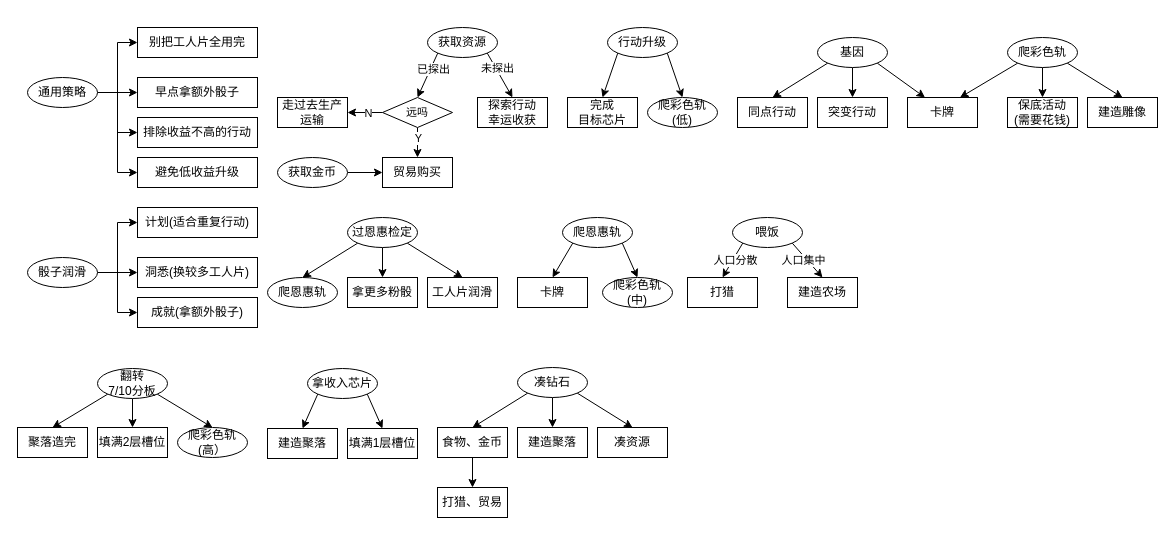
Above: civolution_game_guid.drawio in Ubinya/project_ax (draw.io), before the change. Source tidied: cells renumbered, new cells numbered last; positions are measured from the earlier drawing's top-left corner, leaving out a move shared by most shapes. Both pictures are drawn from the tidied source at 100%, with x=0, y=0 at pixel (17, 27).
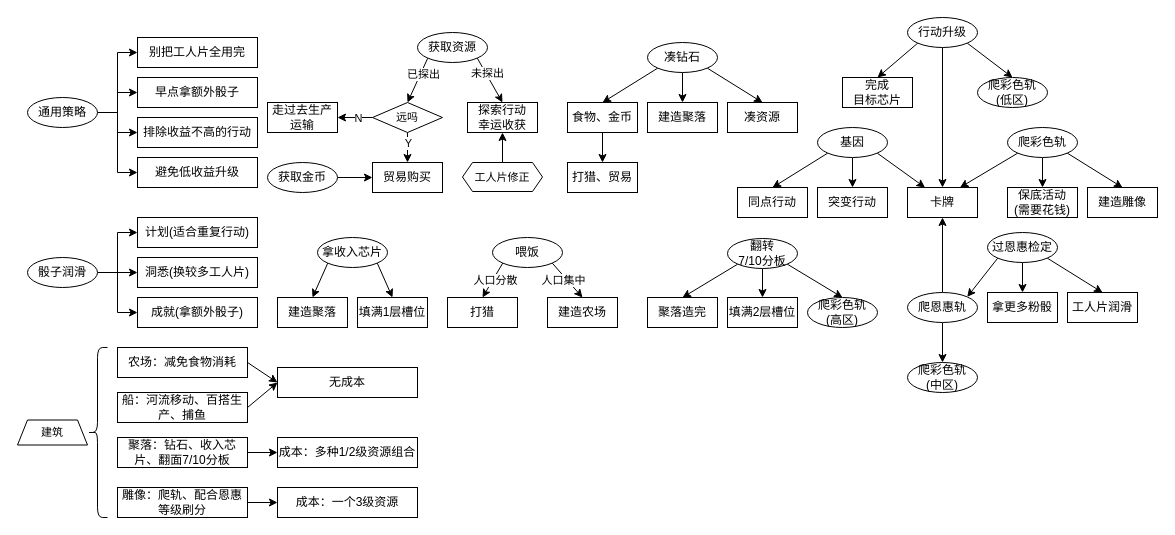
The same diagram, later.

What changed in the source:
```diff
@@
     <mxCell id="6" value="走过去生产运输" style="whiteSpace=wrap;html=1;" parent="1" vertex="1">
-      <mxGeometry x="260" y="70" width="70" height="30" as="geometry" />
+      <mxGeometry x="250" y="75" width="70" height="30" as="geometry" />
     </mxCell>
     <mxCell id="7" value="喂饭" style="ellipse;whiteSpace=wrap;html=1;" parent="1" vertex="1">
-      <mxGeometry x="715" y="190" width="70" height="30" as="geometry" />
+      <mxGeometry x="475" y="210" width="70" height="30" as="geometry" />
     </mxCell>
@@
     <mxCell id="12" value="获取资源" style="ellipse;whiteSpace=wrap;html=1;" parent="1" vertex="1">
-      <mxGeometry x="410" width="70" height="30" as="geometry" />
+      <mxGeometry x="400" y="5" width="70" height="30" as="geometry" />
     </mxCell>
     <mxCell id="13" value="&lt;div&gt;探索行动&lt;/div&gt;幸运收获" style="whiteSpace=wrap;html=1;" parent="1" vertex="1">
-      <mxGeometry x="460" y="70" width="70" height="30" as="geometry" />
+      <mxGeometry x="450" y="75" width="70" height="30" as="geometry" />
     </mxCell>
@@
     <mxCell id="18" value="远吗" style="rhombus;whiteSpace=wrap;html=1;fontFamily=Helvetica;fontSize=11;fontColor=default;labelBackgroundColor=default;" parent="1" vertex="1">
-      <mxGeometry x="365" y="70" width="70" height="30" as="geometry" />
+      <mxGeometry x="355" y="75" width="70" height="30" as="geometry" />
     </mxCell>
     <mxCell id="19" value="贸易购买" style="whiteSpace=wrap;html=1;" parent="1" vertex="1">
-      <mxGeometry x="365" y="130" width="70" height="30" as="geometry" />
+      <mxGeometry x="355" y="135" width="70" height="30" as="geometry" />
     </mxCell>
@@
     <mxCell id="25" value="通用策略" style="ellipse;whiteSpace=wrap;html=1;" parent="1" vertex="1">
-      <mxGeometry x="10" y="50" width="70" height="30" as="geometry" />
+      <mxGeometry x="10" y="70" width="70" height="30" as="geometry" />
     </mxCell>
     <mxCell id="26" value="别把工人片全用完" style="whiteSpace=wrap;html=1;" parent="1" vertex="1">
-      <mxGeometry x="120" width="120" height="30" as="geometry" />
+      <mxGeometry x="120" y="10" width="120" height="30" as="geometry" />
     </mxCell>
@@
     <mxCell id="34" value="计划(适合重复行动)" style="whiteSpace=wrap;html=1;" parent="1" vertex="1">
-      <mxGeometry x="120" y="180" width="120" height="30" as="geometry" />
+      <mxGeometry x="120" y="190" width="120" height="30" as="geometry" />
     </mxCell>
@@
+    <mxCell id="93" style="edgeStyle=none;shape=connector;rounded=0;jettySize=auto;html=1;exitX=0.5;exitY=1;exitDx=0;exitDy=0;entryX=0.5;entryY=0;entryDx=0;entryDy=0;strokeColor=default;align=center;verticalAlign=middle;fontFamily=Helvetica;fontSize=11;fontColor=default;labelBackgroundColor=default;endArrow=classic;" parent="1" edge="1" source="39" target="68">
+      <mxGeometry relative="1" as="geometry" />
+    </mxCell>
     <mxCell id="39" value="行动升级" style="ellipse;whiteSpace=wrap;html=1;" parent="1" vertex="1">
-      <mxGeometry x="590" width="70" height="30" as="geometry" />
+      <mxGeometry x="890" y="-10" width="70" height="30" as="geometry" />
     </mxCell>
     <mxCell id="40" value="完成&lt;div&gt;目标芯片&lt;/div&gt;" style="whiteSpace=wrap;html=1;" parent="1" vertex="1">
-      <mxGeometry x="550" y="70" width="70" height="30" as="geometry" />
+      <mxGeometry x="825" y="50" width="70" height="30" as="geometry" />
     </mxCell>
@@
     <mxCell id="44" value="建造雕像" style="whiteSpace=wrap;html=1;" parent="1" vertex="1">
-      <mxGeometry x="1070" y="70" width="70" height="30" as="geometry" />
+      <mxGeometry x="1070" y="160" width="70" height="30" as="geometry" />
     </mxCell>
     <mxCell id="45" value="保底活动&lt;div&gt;(需要花钱)&lt;/div&gt;" style="whiteSpace=wrap;html=1;" parent="1" vertex="1">
-      <mxGeometry x="990" y="70" width="70" height="30" as="geometry" />
+      <mxGeometry x="990" y="160" width="70" height="30" as="geometry" />
     </mxCell>
     <mxCell id="46" value="爬彩色轨" style="ellipse;whiteSpace=wrap;html=1;" parent="1" vertex="1">
-      <mxGeometry x="990" y="10" width="70" height="30" as="geometry" />
+      <mxGeometry x="990" y="100" width="70" height="30" as="geometry" />
     </mxCell>
-    <mxCell id="47" value="爬彩色轨&lt;div&gt;(低)&lt;/div&gt;" style="ellipse;whiteSpace=wrap;html=1;" parent="1" vertex="1">
-      <mxGeometry x="630" y="70" width="70" height="30" as="geometry" />
+    <mxCell id="47" value="爬彩色轨&lt;div&gt;(低&lt;span style=&quot;background-color: transparent;&quot;&gt;区&lt;/span&gt;&lt;span style=&quot;background-color: transparent;&quot;&gt;)&lt;/span&gt;&lt;/div&gt;" style="ellipse;whiteSpace=wrap;html=1;" parent="1" vertex="1">
+      <mxGeometry x="960" y="50" width="70" height="30" as="geometry" />
     </mxCell>
@@
     <mxCell id="51" value="凑钻石" style="ellipse;whiteSpace=wrap;html=1;" parent="1" vertex="1">
-      <mxGeometry x="500" y="340" width="70" height="30" as="geometry" />
+      <mxGeometry x="630" y="15" width="70" height="30" as="geometry" />
     </mxCell>
@@
     <mxCell id="53" value="食物、金币" style="whiteSpace=wrap;html=1;" parent="1" vertex="1">
-      <mxGeometry x="420" y="400" width="70" height="30" as="geometry" />
+      <mxGeometry x="550" y="75" width="70" height="30" as="geometry" />
     </mxCell>
     <mxCell id="54" value="建造聚落" style="whiteSpace=wrap;html=1;" parent="1" vertex="1">
-      <mxGeometry x="500" y="400" width="70" height="30" as="geometry" />
+      <mxGeometry x="630" y="75" width="70" height="30" as="geometry" />
     </mxCell>
     <mxCell id="55" value="建造农场" style="whiteSpace=wrap;html=1;" parent="1" vertex="1">
-      <mxGeometry x="770" y="250" width="70" height="30" as="geometry" />
+      <mxGeometry x="530" y="270" width="70" height="30" as="geometry" />
     </mxCell>
     <mxCell id="56" value="凑资源" style="whiteSpace=wrap;html=1;" parent="1" vertex="1">
-      <mxGeometry x="580" y="400" width="70" height="30" as="geometry" />
+      <mxGeometry x="710" y="75" width="70" height="30" as="geometry" />
     </mxCell>
-    <mxCell id="57" style="edgeStyle=none;shape=connector;rounded=0;jettySize=auto;html=1;exitX=0;exitY=1;exitDx=0;exitDy=0;entryX=0.5;entryY=0;entryDx=0;entryDy=0;strokeColor=default;align=center;verticalAlign=middle;fontFamily=Helvetica;fontSize=11;fontColor=default;labelBackgroundColor=default;endArrow=classic;" parent="1" edge="1" source="59" target="60">
-      <mxGeometry relative="1" as="geometry" />
-    </mxCell>
-    <mxCell id="58" style="edgeStyle=none;shape=connector;rounded=0;jettySize=auto;html=1;exitX=1;exitY=1;exitDx=0;exitDy=0;entryX=0.5;entryY=0;entryDx=0;entryDy=0;strokeColor=default;align=center;verticalAlign=middle;fontFamily=Helvetica;fontSize=11;fontColor=default;labelBackgroundColor=default;endArrow=classic;" parent="1" edge="1" source="59" target="61">
+    <mxCell id="58" style="edgeStyle=none;shape=connector;rounded=0;jettySize=auto;html=1;exitX=0.5;exitY=1;exitDx=0;exitDy=0;entryX=0.5;entryY=0;entryDx=0;entryDy=0;strokeColor=default;align=center;verticalAlign=middle;fontFamily=Helvetica;fontSize=11;fontColor=default;labelBackgroundColor=default;endArrow=classic;" parent="1" edge="1" source="90" target="61">
       <mxGeometry relative="1" as="geometry" />
     </mxCell>
-    <mxCell id="59" value="爬恩惠轨" style="ellipse;whiteSpace=wrap;html=1;" parent="1" vertex="1">
-      <mxGeometry x="545" y="190" width="70" height="30" as="geometry" />
-    </mxCell>
-    <mxCell id="60" value="卡牌" style="whiteSpace=wrap;html=1;" parent="1" vertex="1">
-      <mxGeometry x="500" y="250" width="70" height="30" as="geometry" />
-    </mxCell>
-    <mxCell id="61" value="爬彩色轨&lt;div&gt;(中)&lt;/div&gt;" style="ellipse;whiteSpace=wrap;html=1;" parent="1" vertex="1">
-      <mxGeometry x="585" y="250" width="70" height="30" as="geometry" />
+    <mxCell id="61" value="爬彩色轨&lt;div&gt;(中&lt;span style=&quot;background-color: transparent;&quot;&gt;区&lt;/span&gt;&lt;span style=&quot;background-color: transparent;&quot;&gt;)&lt;/span&gt;&lt;/div&gt;" style="ellipse;whiteSpace=wrap;html=1;" parent="1" vertex="1">
+      <mxGeometry x="890" y="335" width="70" height="30" as="geometry" />
     </mxCell>
@@
     <mxCell id="65" value="基因" style="ellipse;whiteSpace=wrap;html=1;" parent="1" vertex="1">
-      <mxGeometry x="800" y="10" width="70" height="30" as="geometry" />
+      <mxGeometry x="800" y="100" width="70" height="30" as="geometry" />
     </mxCell>
     <mxCell id="66" value="同点行动" style="whiteSpace=wrap;html=1;" parent="1" vertex="1">
-      <mxGeometry x="720" y="70" width="70" height="30" as="geometry" />
+      <mxGeometry x="720" y="160" width="70" height="30" as="geometry" />
     </mxCell>
     <mxCell id="67" value="突变行动" style="whiteSpace=wrap;html=1;" parent="1" vertex="1">
-      <mxGeometry x="800" y="70" width="70" height="30" as="geometry" />
+      <mxGeometry x="800" y="160" width="70" height="30" as="geometry" />
     </mxCell>
     <mxCell id="68" value="卡牌" style="whiteSpace=wrap;html=1;" parent="1" vertex="1">
-      <mxGeometry x="890" y="70" width="70" height="30" as="geometry" />
+      <mxGeometry x="890" y="160" width="70" height="30" as="geometry" />
     </mxCell>
     <mxCell id="69" value="打猎、贸易" style="whiteSpace=wrap;html=1;" parent="1" vertex="1">
-      <mxGeometry x="420" y="460" width="70" height="30" as="geometry" />
+      <mxGeometry x="550" y="135" width="70" height="30" as="geometry" />
     </mxCell>
@@
     <mxCell id="71" value="获取金币" style="ellipse;whiteSpace=wrap;html=1;" parent="1" vertex="1">
-      <mxGeometry x="260" y="130" width="70" height="30" as="geometry" />
+      <mxGeometry x="250" y="135" width="70" height="30" as="geometry" />
     </mxCell>
     <mxCell id="72" value="打猎" style="whiteSpace=wrap;html=1;" parent="1" vertex="1">
-      <mxGeometry x="670" y="250" width="70" height="30" as="geometry" />
+      <mxGeometry x="430" y="270" width="70" height="30" as="geometry" />
     </mxCell>
@@
     <mxCell id="75" value="拿收入芯片" style="ellipse;whiteSpace=wrap;html=1;" parent="1" vertex="1">
-      <mxGeometry x="290" y="341" width="70" height="30" as="geometry" />
+      <mxGeometry x="300" y="210" width="70" height="30" as="geometry" />
     </mxCell>
@@
     <mxCell id="77" value="建造聚落" style="whiteSpace=wrap;html=1;" parent="1" vertex="1">
-      <mxGeometry x="250" y="401" width="70" height="30" as="geometry" />
+      <mxGeometry x="260" y="270" width="70" height="30" as="geometry" />
     </mxCell>
     <mxCell id="78" value="填满1层槽位" style="whiteSpace=wrap;html=1;" parent="1" vertex="1">
-      <mxGeometry x="330" y="401" width="70" height="30" as="geometry" />
+      <mxGeometry x="340" y="270" width="70" height="30" as="geometry" />
     </mxCell>
@@
     <mxCell id="82" value="翻转&lt;div&gt;7/10分板&lt;/div&gt;" style="ellipse;whiteSpace=wrap;html=1;" parent="1" vertex="1">
-      <mxGeometry x="80" y="341" width="70" height="30" as="geometry" />
+      <mxGeometry x="710" y="211" width="70" height="30" as="geometry" />
     </mxCell>
     <mxCell id="83" value="聚落造完" style="whiteSpace=wrap;html=1;" parent="1" vertex="1">
-      <mxGeometry y="400" width="70" height="30" as="geometry" />
+      <mxGeometry x="630" y="270" width="70" height="30" as="geometry" />
     </mxCell>
     <mxCell id="84" value="填满2层槽位" style="whiteSpace=wrap;html=1;" parent="1" vertex="1">
-      <mxGeometry x="80" y="400" width="70" height="30" as="geometry" />
+      <mxGeometry x="710" y="270" width="70" height="30" as="geometry" />
     </mxCell>
-    <mxCell id="85" value="爬彩色轨(高）" style="ellipse;whiteSpace=wrap;html=1;" parent="1" vertex="1">
-      <mxGeometry x="160" y="400" width="70" height="30" as="geometry" />
+    <mxCell id="85" value="爬彩色轨&lt;div&gt;(高区)&lt;/div&gt;" style="ellipse;whiteSpace=wrap;html=1;" parent="1" vertex="1">
+      <mxGeometry x="790" y="270" width="70" height="30" as="geometry" />
     </mxCell>
-    <mxCell id="86" style="edgeStyle=none;shape=connector;rounded=0;jettySize=auto;html=1;exitX=0;exitY=1;exitDx=0;exitDy=0;entryX=0.5;entryY=0;entryDx=0;entryDy=0;strokeColor=default;align=center;verticalAlign=middle;fontFamily=Helvetica;fontSize=11;fontColor=default;labelBackgroundColor=default;endArrow=classic;" parent="1" edge="1" source="89" target="90">
+    <mxCell id="86" style="edgeStyle=none;shape=connector;rounded=0;jettySize=auto;html=1;exitX=0;exitY=1;exitDx=0;exitDy=0;entryX=1;entryY=0;entryDx=0;entryDy=0;strokeColor=default;align=center;verticalAlign=middle;fontFamily=Helvetica;fontSize=11;fontColor=default;labelBackgroundColor=default;endArrow=classic;" parent="1" edge="1" source="89" target="90">
       <mxGeometry relative="1" as="geometry" />
     </mxCell>
@@
     <mxCell id="89" value="过恩惠检定" style="ellipse;whiteSpace=wrap;html=1;" parent="1" vertex="1">
-      <mxGeometry x="330" y="190" width="70" height="30" as="geometry" />
+      <mxGeometry x="970" y="205" width="70" height="30" as="geometry" />
     </mxCell>
+    <mxCell id="94" style="edgeStyle=none;shape=connector;rounded=0;jettySize=auto;html=1;exitX=0.5;exitY=0;exitDx=0;exitDy=0;entryX=0.5;entryY=1;entryDx=0;entryDy=0;strokeColor=default;align=center;verticalAlign=middle;fontFamily=Helvetica;fontSize=11;fontColor=default;labelBackgroundColor=default;endArrow=classic;" parent="1" edge="1" source="90" target="68">
+      <mxGeometry relative="1" as="geometry" />
+    </mxCell>
     <mxCell id="90" value="爬恩惠轨" style="ellipse;whiteSpace=wrap;html=1;" parent="1" vertex="1">
-      <mxGeometry x="250" y="250" width="70" height="30" as="geometry" />
+      <mxGeometry x="890" y="265" width="70" height="30" as="geometry" />
     </mxCell>
     <mxCell id="91" value="拿更多粉骰" style="whiteSpace=wrap;html=1;" parent="1" vertex="1">
-      <mxGeometry x="330" y="250" width="70" height="30" as="geometry" />
+      <mxGeometry x="970" y="265" width="70" height="30" as="geometry" />
     </mxCell>
     <mxCell id="92" value="工人片润滑" style="whiteSpace=wrap;html=1;" parent="1" vertex="1">
-      <mxGeometry x="410" y="250" width="70" height="30" as="geometry" />
+      <mxGeometry x="1050" y="265" width="70" height="30" as="geometry" />
     </mxCell>
+    <mxCell id="95" style="edgeStyle=none;shape=connector;rounded=0;jettySize=auto;html=1;exitX=0.5;exitY=0;exitDx=0;exitDy=0;entryX=0.5;entryY=1;entryDx=0;entryDy=0;strokeColor=default;align=center;verticalAlign=middle;fontFamily=Helvetica;fontSize=11;fontColor=default;labelBackgroundColor=default;endArrow=classic;" parent="1" edge="1" source="96" target="13">
+      <mxGeometry relative="1" as="geometry" />
+    </mxCell>
+    <mxCell id="96" value="工人片修正" style="shape=hexagon;perimeter=hexagonPerimeter2;whiteSpace=wrap;html=1;fixedSize=1;fontFamily=Helvetica;fontSize=11;fontColor=default;labelBackgroundColor=default;size=10;" parent="1" vertex="1">
+      <mxGeometry x="445" y="135" width="80" height="29" as="geometry" />
+    </mxCell>
+    <mxCell id="97" value="建筑" style="shape=trapezoid;perimeter=trapezoidPerimeter;whiteSpace=wrap;html=1;fixedSize=1;fontFamily=Helvetica;fontSize=11;fontColor=default;labelBackgroundColor=default;size=10;" parent="1" vertex="1">
+      <mxGeometry y="392.5" width="70" height="25" as="geometry" />
+    </mxCell>
+    <mxCell id="98" style="edgeStyle=none;shape=connector;rounded=0;jettySize=auto;html=1;exitX=1;exitY=0.5;exitDx=0;exitDy=0;entryX=0;entryY=0.5;entryDx=0;entryDy=0;strokeColor=default;align=center;verticalAlign=middle;fontFamily=Helvetica;fontSize=11;fontColor=default;labelBackgroundColor=default;endArrow=classic;" parent="1" edge="1" source="99" target="106">
+      <mxGeometry relative="1" as="geometry" />
+    </mxCell>
+    <mxCell id="99" value="农场：减免食物消耗" style="whiteSpace=wrap;html=1;" parent="1" vertex="1">
+      <mxGeometry x="100" y="320" width="130" height="30" as="geometry" />
+    </mxCell>
+    <mxCell id="100" style="edgeStyle=none;shape=connector;rounded=0;jettySize=auto;html=1;exitX=1;exitY=0.5;exitDx=0;exitDy=0;strokeColor=default;align=center;verticalAlign=middle;fontFamily=Helvetica;fontSize=11;fontColor=default;labelBackgroundColor=default;endArrow=classic;entryX=0;entryY=0.5;entryDx=0;entryDy=0;" parent="1" edge="1" source="101" target="106">
+      <mxGeometry relative="1" as="geometry" />
+    </mxCell>
+    <mxCell id="101" value="船：河流移动、百搭生产、捕鱼" style="whiteSpace=wrap;html=1;" parent="1" vertex="1">
+      <mxGeometry x="100" y="365" width="130" height="30" as="geometry" />
+    </mxCell>
+    <mxCell id="102" style="edgeStyle=none;shape=connector;rounded=0;jettySize=auto;html=1;exitX=1;exitY=0.5;exitDx=0;exitDy=0;entryX=0;entryY=0.5;entryDx=0;entryDy=0;strokeColor=default;align=center;verticalAlign=middle;fontFamily=Helvetica;fontSize=11;fontColor=default;labelBackgroundColor=default;endArrow=classic;" parent="1" edge="1" source="103" target="107">
+      <mxGeometry relative="1" as="geometry" />
+    </mxCell>
+    <mxCell id="103" value="聚落：钻石、收入芯片、翻面7/10分板" style="whiteSpace=wrap;html=1;" parent="1" vertex="1">
+      <mxGeometry x="100" y="410" width="130" height="30" as="geometry" />
+    </mxCell>
+    <mxCell id="104" style="edgeStyle=none;shape=connector;rounded=0;jettySize=auto;html=1;exitX=1;exitY=0.5;exitDx=0;exitDy=0;entryX=0;entryY=0.5;entryDx=0;entryDy=0;strokeColor=default;align=center;verticalAlign=middle;fontFamily=Helvetica;fontSize=11;fontColor=default;labelBackgroundColor=default;endArrow=classic;" parent="1" edge="1" source="105" target="108">
+      <mxGeometry relative="1" as="geometry" />
+    </mxCell>
+    <mxCell id="105" value="雕像：爬轨、配合恩惠等级刷分" style="whiteSpace=wrap;html=1;" parent="1" vertex="1">
+      <mxGeometry x="100" y="460" width="130" height="30" as="geometry" />
+    </mxCell>
+    <mxCell id="106" value="无成本" style="whiteSpace=wrap;html=1;" parent="1" vertex="1">
+      <mxGeometry x="260" y="340" width="140" height="30" as="geometry" />
+    </mxCell>
+    <mxCell id="107" value="成本：多种1/2级资源组合" style="whiteSpace=wrap;html=1;" parent="1" vertex="1">
+      <mxGeometry x="260" y="410" width="140" height="30" as="geometry" />
+    </mxCell>
+    <mxCell id="108" value="成本：一个3级资源" style="whiteSpace=wrap;html=1;" parent="1" vertex="1">
+      <mxGeometry x="260" y="460" width="140" height="30" as="geometry" />
+    </mxCell>
+    <mxCell id="109" style="shape=curlyBracket;whiteSpace=wrap;html=1;rounded=1;labelPosition=left;verticalLabelPosition=middle;align=right;verticalAlign=middle;fontFamily=Helvetica;fontSize=11;fontColor=default;labelBackgroundColor=default;" parent="1" vertex="1">
+      <mxGeometry x="70" y="320" width="20" height="170" as="geometry" />
+    </mxCell>
```
